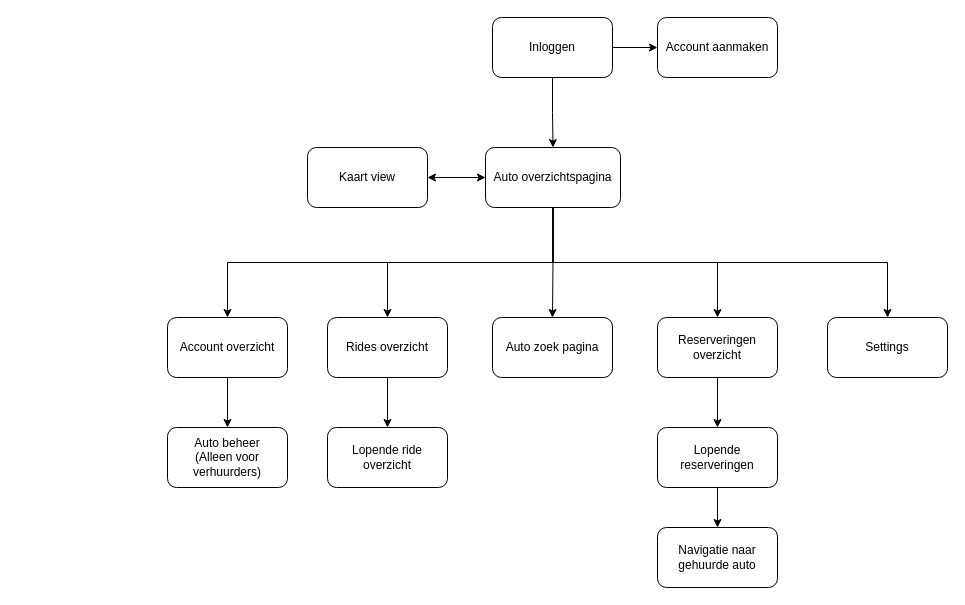
The draw.io diagram documents/Navigation structure diagram/Navigatie structuur.drawio in RubenLeenknegt/JoyRide-API, before the edit. Source tidied: cells renumbered, new cells numbered last; positions are measured from the earlier drawing's top-left corner, leaving out a move shared by most shapes. Both pictures are drawn from the tidied source at 100%, with x=0, y=0 at pixel (167, 17).
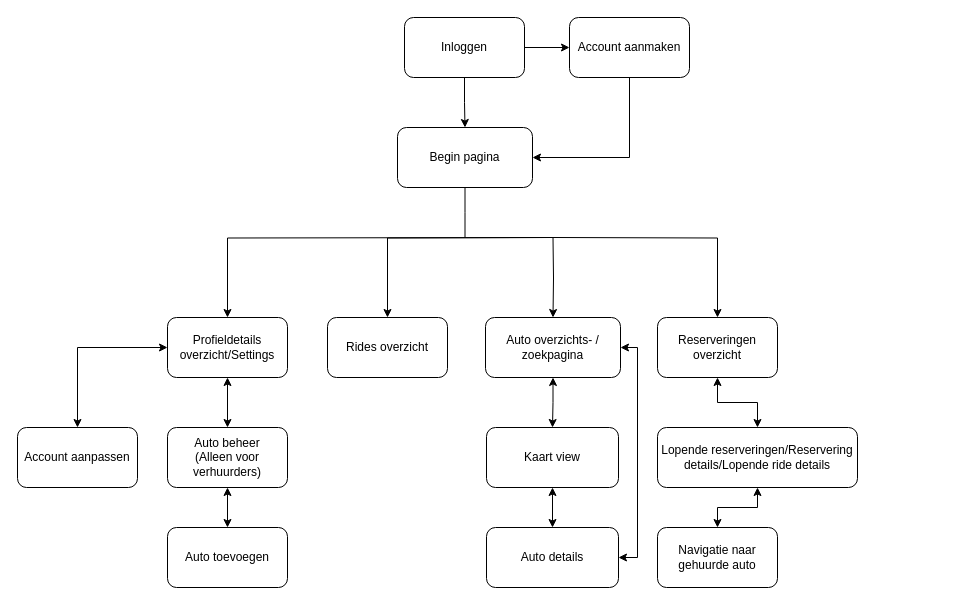
After the change.

Commit message (it also covers changes not shown here):
Updated Navigation structure uml

The change refers to these unchanged cells:
```xml
<mxCell id="15" value="Rides overzicht" style="rounded=1;whiteSpace=wrap;html=1;" parent="1" vertex="1">
  <mxGeometry x="160" y="300" width="120" height="60" as="geometry" />
</mxCell>
<mxCell id="17" value="Reserveringen overzicht" style="rounded=1;whiteSpace=wrap;html=1;" parent="1" vertex="1">
  <mxGeometry x="490" y="300" width="120" height="60" as="geometry" />
</mxCell>
<mxCell id="22" value="&lt;div&gt;Auto beheer&lt;/div&gt;&lt;div&gt;(Alleen voor verhuurders)&lt;/div&gt;" style="rounded=1;whiteSpace=wrap;html=1;" parent="1" vertex="1">
  <mxGeometry y="410" width="120" height="60" as="geometry" />
</mxCell>
<mxCell id="26" value="Navigatie naar gehuurde auto" style="rounded=1;whiteSpace=wrap;html=1;" parent="1" vertex="1">
  <mxGeometry x="490" y="510" width="120" height="60" as="geometry" />
</mxCell>
```

Diff of the diagram source:
```diff
@@
-    <mxCell id="2" style="edgeStyle=orthogonalEdgeStyle;rounded=0;jettySize=auto;html=1;exitX=0.5;exitY=1;exitDx=0;exitDy=0;entryX=0.5;entryY=0;entryDx=0;entryDy=0;" parent="1" edge="1" source="4" target="11">
+    <mxCell id="2" style="edgeStyle=orthogonalEdgeStyle;rounded=0;jettySize=auto;html=1;exitX=0.5;exitY=1;exitDx=0;exitDy=0;entryX=0.5;entryY=0;entryDx=0;entryDy=0;" parent="1" edge="1" source="4" target="32">
       <mxGeometry relative="1" as="geometry" />
     </mxCell>
@@
     <mxCell id="4" value="Inloggen" style="rounded=1;whiteSpace=wrap;html=1;" parent="1" vertex="1">
-      <mxGeometry x="325" width="120" height="60" as="geometry" />
+      <mxGeometry x="237" width="120" height="60" as="geometry" />
     </mxCell>
-    <mxCell id="5" style="edgeStyle=orthogonalEdgeStyle;rounded=0;jettySize=auto;html=1;exitX=0;exitY=0.5;exitDx=0;exitDy=0;entryX=1;entryY=0.5;entryDx=0;entryDy=0;startArrow=classic;startFill=1;" parent="1" edge="1" source="11" target="12">
+    <mxCell id="5" style="edgeStyle=orthogonalEdgeStyle;rounded=0;jettySize=auto;html=1;exitX=0.5;exitY=1;exitDx=0;exitDy=0;entryX=0.5;entryY=0;entryDx=0;entryDy=0;startArrow=classic;startFill=1;" parent="1" edge="1" source="34" target="12">
       <mxGeometry relative="1" as="geometry" />
     </mxCell>
-    <mxCell id="6" style="edgeStyle=orthogonalEdgeStyle;rounded=0;jettySize=auto;html=1;exitX=0.5;exitY=1;exitDx=0;exitDy=0;entryX=0.5;entryY=0;entryDx=0;entryDy=0;" parent="1" edge="1" source="11" target="13">
-      <mxGeometry relative="1" as="geometry" />
+    <mxCell id="6" style="edgeStyle=orthogonalEdgeStyle;rounded=0;jettySize=auto;html=1;exitX=0.5;exitY=1;exitDx=0;exitDy=0;entryX=0.5;entryY=0;entryDx=0;entryDy=0;" parent="1" edge="1" target="34">
+      <mxGeometry relative="1" as="geometry">
+        <mxPoint x="385.5" y="220" as="sourcePoint" />
+      </mxGeometry>
     </mxCell>
-    <mxCell id="7" style="edgeStyle=orthogonalEdgeStyle;rounded=0;jettySize=auto;html=1;exitX=0.5;exitY=1;exitDx=0;exitDy=0;entryX=0.5;entryY=0;entryDx=0;entryDy=0;" parent="1" edge="1" source="11" target="17">
-      <mxGeometry relative="1" as="geometry" />
+    <mxCell id="7" style="edgeStyle=orthogonalEdgeStyle;rounded=0;jettySize=auto;html=1;exitX=0.5;exitY=1;exitDx=0;exitDy=0;entryX=0.5;entryY=0;entryDx=0;entryDy=0;" parent="1" edge="1" target="17">
+      <mxGeometry relative="1" as="geometry">
+        <mxPoint x="385.5" y="220" as="sourcePoint" />
+      </mxGeometry>
     </mxCell>
-    <mxCell id="8" style="edgeStyle=orthogonalEdgeStyle;rounded=0;jettySize=auto;html=1;exitX=0.5;exitY=1;exitDx=0;exitDy=0;entryX=0.5;entryY=0;entryDx=0;entryDy=0;" parent="1" edge="1" source="11" target="15">
-      <mxGeometry relative="1" as="geometry" />
+    <mxCell id="8" style="edgeStyle=orthogonalEdgeStyle;rounded=0;jettySize=auto;html=1;exitX=0.5;exitY=1;exitDx=0;exitDy=0;entryX=0.5;entryY=0;entryDx=0;entryDy=0;" parent="1" edge="1" target="15">
+      <mxGeometry relative="1" as="geometry">
+        <mxPoint x="385.5" y="220" as="sourcePoint" />
+      </mxGeometry>
     </mxCell>
-    <mxCell id="9" style="edgeStyle=orthogonalEdgeStyle;rounded=0;jettySize=auto;html=1;exitX=0.5;exitY=1;exitDx=0;exitDy=0;" parent="1" edge="1" source="11" target="21">
-      <mxGeometry relative="1" as="geometry" />
+    <mxCell id="9" style="edgeStyle=orthogonalEdgeStyle;rounded=0;jettySize=auto;html=1;exitX=0.5;exitY=1;exitDx=0;exitDy=0;" parent="1" edge="1" target="21">
+      <mxGeometry relative="1" as="geometry">
+        <mxPoint x="385.5" y="220" as="sourcePoint" />
+      </mxGeometry>
     </mxCell>
-    <mxCell id="10" style="edgeStyle=orthogonalEdgeStyle;rounded=0;jettySize=auto;html=1;exitX=0.5;exitY=1;exitDx=0;exitDy=0;entryX=0.5;entryY=0;entryDx=0;entryDy=0;" parent="1" edge="1" source="11" target="23">
-      <mxGeometry relative="1" as="geometry" />
-    </mxCell>
-    <mxCell id="11" value="Auto overzichtspagina" style="rounded=1;whiteSpace=wrap;html=1;" parent="1" vertex="1">
-      <mxGeometry x="318" y="130" width="135" height="60" as="geometry" />
-    </mxCell>
+    <mxCell id="27" style="edgeStyle=orthogonalEdgeStyle;rounded=0;jettySize=auto;html=1;startArrow=classic;startFill=1;" parent="1" edge="1" source="12" target="37">
+      <mxGeometry relative="1" as="geometry" />
+    </mxCell>
     <mxCell id="12" value="Kaart view" style="rounded=1;whiteSpace=wrap;html=1;" parent="1" vertex="1">
-      <mxGeometry x="140" y="130" width="120" height="60" as="geometry" />
+      <mxGeometry x="319" y="410" width="132" height="60" as="geometry" />
     </mxCell>
-    <mxCell id="13" value="Auto zoek pagina" style="rounded=1;whiteSpace=wrap;html=1;" parent="1" vertex="1">
-      <mxGeometry x="325" y="300" width="120" height="60" as="geometry" />
-    </mxCell>
-    <mxCell id="14" style="edgeStyle=orthogonalEdgeStyle;rounded=0;jettySize=auto;html=1;exitX=0.5;exitY=1;exitDx=0;exitDy=0;entryX=0.5;entryY=0;entryDx=0;entryDy=0;" parent="1" edge="1" source="15" target="25">
-      <mxGeometry relative="1" as="geometry" />
-    </mxCell>
@@
-    <mxCell id="16" style="edgeStyle=orthogonalEdgeStyle;rounded=0;jettySize=auto;html=1;exitX=0.5;exitY=1;exitDx=0;exitDy=0;" parent="1" edge="1" source="17" target="19">
+    <mxCell id="16" style="edgeStyle=orthogonalEdgeStyle;rounded=0;jettySize=auto;html=1;exitX=0.5;exitY=1;exitDx=0;exitDy=0;startArrow=classic;startFill=1;" parent="1" edge="1" source="17" target="19">
       <mxGeometry relative="1" as="geometry" />
     </mxCell>
@@
-    <mxCell id="18" style="edgeStyle=orthogonalEdgeStyle;rounded=0;jettySize=auto;html=1;exitX=0.5;exitY=1;exitDx=0;exitDy=0;entryX=0.5;entryY=0;entryDx=0;entryDy=0;" parent="1" edge="1" source="19" target="26">
+    <mxCell id="18" style="edgeStyle=orthogonalEdgeStyle;rounded=0;jettySize=auto;html=1;exitX=0.5;exitY=1;exitDx=0;exitDy=0;entryX=0.5;entryY=0;entryDx=0;entryDy=0;startArrow=classic;startFill=1;" parent="1" edge="1" source="19" target="26">
       <mxGeometry relative="1" as="geometry" />
     </mxCell>
-    <mxCell id="19" value="Lopende reserveringen" style="rounded=1;whiteSpace=wrap;html=1;" parent="1" vertex="1">
-      <mxGeometry x="490" y="410" width="120" height="60" as="geometry" />
+    <mxCell id="19" value="Lopende reserveringen/Reservering details/Lopende ride details" style="rounded=1;whiteSpace=wrap;html=1;" parent="1" vertex="1">
+      <mxGeometry x="490" y="410" width="200" height="60" as="geometry" />
     </mxCell>
-    <mxCell id="20" style="edgeStyle=orthogonalEdgeStyle;rounded=0;jettySize=auto;html=1;exitX=0.5;exitY=1;exitDx=0;exitDy=0;entryX=0.5;entryY=0;entryDx=0;entryDy=0;" parent="1" edge="1" source="21" target="22">
+    <mxCell id="20" style="edgeStyle=orthogonalEdgeStyle;rounded=0;jettySize=auto;html=1;exitX=0.5;exitY=1;exitDx=0;exitDy=0;entryX=0.5;entryY=0;entryDx=0;entryDy=0;startArrow=classic;startFill=1;" parent="1" edge="1" source="21" target="22">
       <mxGeometry relative="1" as="geometry" />
     </mxCell>
+    <mxCell id="28" style="edgeStyle=orthogonalEdgeStyle;rounded=0;jettySize=auto;html=1;exitX=0;exitY=0.5;exitDx=0;exitDy=0;entryX=0.5;entryY=0;entryDx=0;entryDy=0;startArrow=classic;startFill=1;" parent="1" edge="1" source="21" target="35">
+      <mxGeometry relative="1" as="geometry" />
+    </mxCell>
-    <mxCell id="21" value="Account overzicht" style="rounded=1;whiteSpace=wrap;html=1;" parent="1" vertex="1">
+    <mxCell id="21" value="Profieldetails overzicht/Settings" style="rounded=1;whiteSpace=wrap;html=1;" parent="1" vertex="1">
       <mxGeometry y="300" width="120" height="60" as="geometry" />
     </mxCell>
+    <mxCell id="29" style="edgeStyle=orthogonalEdgeStyle;rounded=0;jettySize=auto;html=1;entryX=0.5;entryY=0;entryDx=0;entryDy=0;startArrow=classic;startFill=1;" parent="1" edge="1" source="22" target="36">
+      <mxGeometry relative="1" as="geometry" />
+    </mxCell>
@@
-    <mxCell id="23" value="Settings" style="rounded=1;whiteSpace=wrap;html=1;" parent="1" vertex="1">
-      <mxGeometry x="660" y="300" width="120" height="60" as="geometry" />
-    </mxCell>
+    <mxCell id="30" style="edgeStyle=orthogonalEdgeStyle;rounded=0;jettySize=auto;html=1;" parent="1" edge="1" source="24" target="32">
+      <mxGeometry relative="1" as="geometry">
+        <Array as="points">
+          <mxPoint x="462" y="140" />
+        </Array>
+      </mxGeometry>
+    </mxCell>
     <mxCell id="24" value="Account aanmaken" style="rounded=1;whiteSpace=wrap;html=1;" parent="1" vertex="1">
-      <mxGeometry x="490" width="120" height="60" as="geometry" />
+      <mxGeometry x="402" width="120" height="60" as="geometry" />
     </mxCell>
-    <mxCell id="25" value="Lopende ride overzicht" style="rounded=1;whiteSpace=wrap;html=1;" parent="1" vertex="1">
-      <mxGeometry x="160" y="410" width="120" height="60" as="geometry" />
-    </mxCell>
@@
+    <mxCell id="31" style="edgeStyle=orthogonalEdgeStyle;rounded=0;jettySize=auto;html=1;exitX=0.5;exitY=1;exitDx=0;exitDy=0;startArrow=none;startFill=0;endArrow=none;endFill=0;" parent="1" edge="1" source="32">
+      <mxGeometry relative="1" as="geometry">
+        <mxPoint x="297.5" y="220" as="targetPoint" />
+      </mxGeometry>
+    </mxCell>
+    <mxCell id="32" value="Begin pagina" style="rounded=1;whiteSpace=wrap;html=1;" parent="1" vertex="1">
+      <mxGeometry x="230" y="110" width="135" height="60" as="geometry" />
+    </mxCell>
+    <mxCell id="33" style="edgeStyle=orthogonalEdgeStyle;rounded=0;jettySize=auto;html=1;startArrow=classic;startFill=1;" parent="1" edge="1" source="34" target="37">
+      <mxGeometry relative="1" as="geometry">
+        <Array as="points">
+          <mxPoint x="470" y="330" />
+          <mxPoint x="470" y="540" />
+        </Array>
+      </mxGeometry>
+    </mxCell>
+    <mxCell id="34" value="Auto overzichts- / zoekpagina" style="rounded=1;whiteSpace=wrap;html=1;" parent="1" vertex="1">
+      <mxGeometry x="318" y="300" width="135" height="60" as="geometry" />
+    </mxCell>
+    <mxCell id="35" value="&lt;div&gt;Account aanpassen&lt;/div&gt;" style="rounded=1;whiteSpace=wrap;html=1;" parent="1" vertex="1">
+      <mxGeometry x="-150" y="410" width="120" height="60" as="geometry" />
+    </mxCell>
+    <mxCell id="36" value="&lt;div&gt;Auto toevoegen&lt;/div&gt;" style="rounded=1;whiteSpace=wrap;html=1;" parent="1" vertex="1">
+      <mxGeometry y="510" width="120" height="60" as="geometry" />
+    </mxCell>
+    <mxCell id="37" value="Auto details" style="rounded=1;whiteSpace=wrap;html=1;" parent="1" vertex="1">
+      <mxGeometry x="319" y="510" width="132" height="60" as="geometry" />
+    </mxCell>
```
